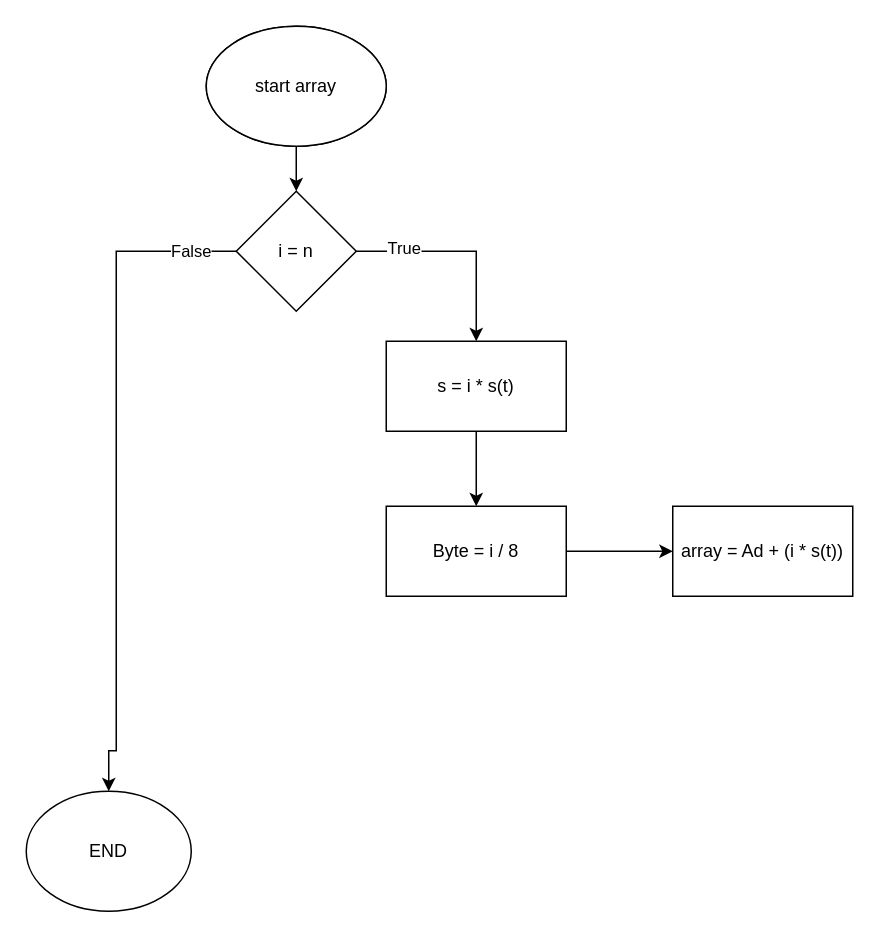
The draw.io diagram how linked list is work.drawio in heroassem/my_algo, before the edit. Source tidied: cells renumbered, new cells numbered last; positions are measured from the earlier drawing's top-left corner, leaving out a move shared by most shapes. Both pictures are drawn from the tidied source at 150%, with x=0, y=0 at pixel (26, 26).
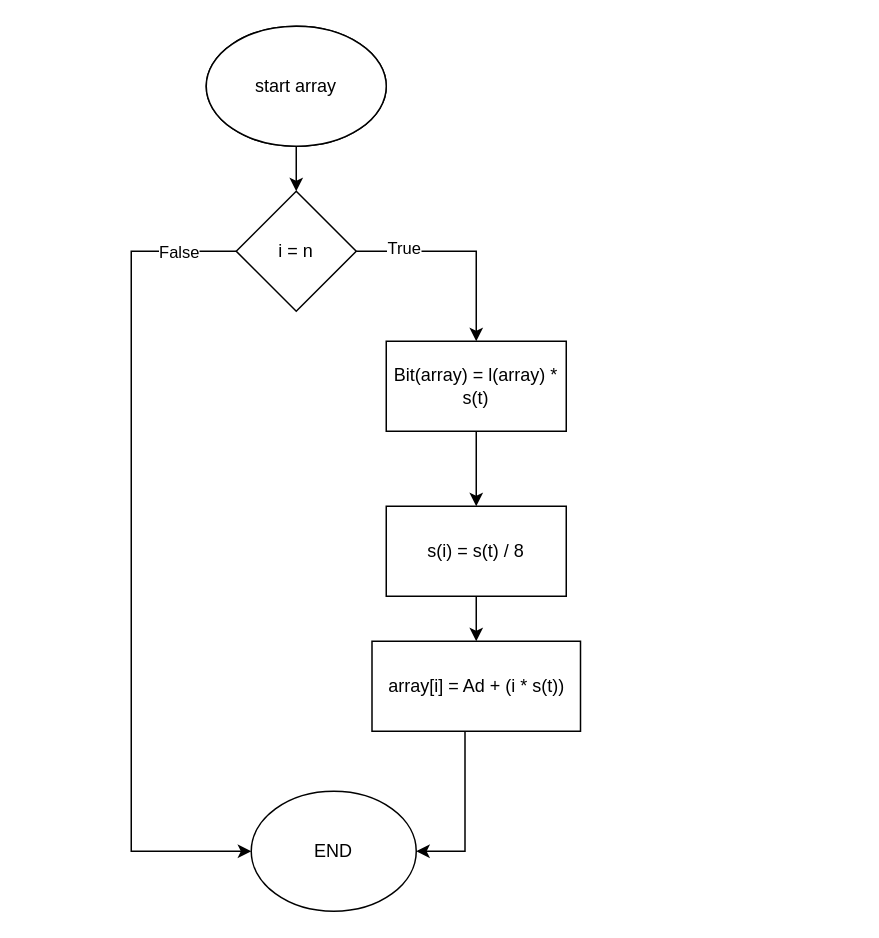
Above is the later version.

Diff of the diagram source:
```diff
@@
 <mxGraphModel>
   <root>
     <mxCell id="0" />
     <mxCell id="1" parent="0" />
     <mxCell id="2" style="ellipse;whiteSpace=wrap;html=1;" parent="1" vertex="1">
       <mxGeometry x="120" width="120" height="80" as="geometry" />
     </mxCell>
     <mxCell id="3" style="edgeStyle=orthogonalEdgeStyle;rounded=0;jettySize=auto;html=1;" parent="1" edge="1" source="4" target="7">
       <mxGeometry relative="1" as="geometry" />
     </mxCell>
     <mxCell id="4" value="start array" style="ellipse;whiteSpace=wrap;html=1;" parent="1" vertex="1">
       <mxGeometry x="120" width="120" height="80" as="geometry" />
     </mxCell>
     <mxCell id="5" style="edgeStyle=orthogonalEdgeStyle;rounded=0;jettySize=auto;html=1;" parent="1" edge="1" source="7" target="10">
       <mxGeometry relative="1" as="geometry" />
     </mxCell>
     <mxCell id="6" value="True" style="edgeLabel;html=1;align=center;verticalAlign=middle;" parent="5" vertex="1">
       <mxGeometry x="-0.56" y="3" relative="1" as="geometry" />
     </mxCell>
+    <mxCell id="13" style="edgeStyle=orthogonalEdgeStyle;rounded=0;jettySize=auto;html=1;" parent="1" edge="1" source="7" target="8">
+      <mxGeometry relative="1" as="geometry">
+        <Array as="points">
+          <mxPoint x="70" y="150" />
+          <mxPoint x="70" y="550" />
+        </Array>
+      </mxGeometry>
+    </mxCell>
+    <mxCell id="14" value="False" style="edgeLabel;html=1;align=center;verticalAlign=middle;" parent="13" vertex="1">
+      <mxGeometry x="-0.76" relative="1" as="geometry">
+        <mxPoint x="27" as="offset" />
+      </mxGeometry>
+    </mxCell>
     <mxCell id="7" value="i = n" style="rhombus;whiteSpace=wrap;html=1;" parent="1" vertex="1">
       <mxGeometry x="140" y="110" width="80" height="80" as="geometry" />
     </mxCell>
-    <mxCell id="8" value="END" style="ellipse;whiteSpace=wrap;html=1;" parent="1" vertex="1">
-      <mxGeometry y="510" width="110" height="80" as="geometry" />
-    </mxCell>
     <mxCell id="9" style="edgeStyle=orthogonalEdgeStyle;rounded=0;jettySize=auto;html=1;" parent="1" edge="1" source="10" target="12">
       <mxGeometry relative="1" as="geometry" />
     </mxCell>
-    <mxCell id="10" value="s = i * s(t)" style="whiteSpace=wrap;html=1;" parent="1" vertex="1">
+    <mxCell id="10" value="Bit(array) = l(array) * s(t)" style="whiteSpace=wrap;html=1;" parent="1" vertex="1">
       <mxGeometry x="240" y="210" width="120" height="60" as="geometry" />
     </mxCell>
     <mxCell id="11" style="edgeStyle=orthogonalEdgeStyle;rounded=0;jettySize=auto;html=1;" parent="1" edge="1" source="12" target="15">
       <mxGeometry relative="1" as="geometry" />
     </mxCell>
-    <mxCell id="12" value="Byte = i / 8" style="whiteSpace=wrap;html=1;" parent="1" vertex="1">
+    <mxCell id="12" value="s(i) = s(t) / 8" style="whiteSpace=wrap;html=1;" parent="1" vertex="1">
       <mxGeometry x="240" y="320" width="120" height="60" as="geometry" />
     </mxCell>
-    <mxCell id="13" style="edgeStyle=orthogonalEdgeStyle;rounded=0;jettySize=auto;html=1;entryX=0.5;entryY=0;entryDx=0;entryDy=0;" parent="1" edge="1" source="7" target="8">
-      <mxGeometry relative="1" as="geometry">
-        <Array as="points">
-          <mxPoint x="60" y="150" />
-          <mxPoint x="60" y="483" />
-          <mxPoint x="55" y="483" />
-        </Array>
-      </mxGeometry>
-    </mxCell>
-    <mxCell id="14" value="False" style="edgeLabel;html=1;align=center;verticalAlign=middle;" parent="13" vertex="1">
-      <mxGeometry x="-0.86" relative="1" as="geometry">
-        <mxPoint y="-1" as="offset" />
-      </mxGeometry>
-    </mxCell>
+    <mxCell id="16" style="edgeStyle=orthogonalEdgeStyle;rounded=0;jettySize=auto;html=1;entryX=1;entryY=0.5;entryDx=0;entryDy=0;" parent="1" edge="1" target="8">
+      <mxGeometry relative="1" as="geometry">
+        <mxPoint x="325" y="430" as="sourcePoint" />
+      </mxGeometry>
+    </mxCell>
-    <mxCell id="15" value="array = Ad + (i * s(t))" style="whiteSpace=wrap;html=1;" parent="1" vertex="1">
-      <mxGeometry x="431" y="320" width="120" height="60" as="geometry" />
+    <mxCell id="15" value="array[i] = Ad + (i * s(t))" style="whiteSpace=wrap;html=1;" parent="1" vertex="1">
+      <mxGeometry x="230.5" y="410" width="139" height="60" as="geometry" />
     </mxCell>
+    <mxCell id="8" value="END" style="ellipse;whiteSpace=wrap;html=1;" parent="1" vertex="1">
+      <mxGeometry x="150" y="510" width="110" height="80" as="geometry" />
+    </mxCell>
   </root>
 </mxGraphModel>
```
